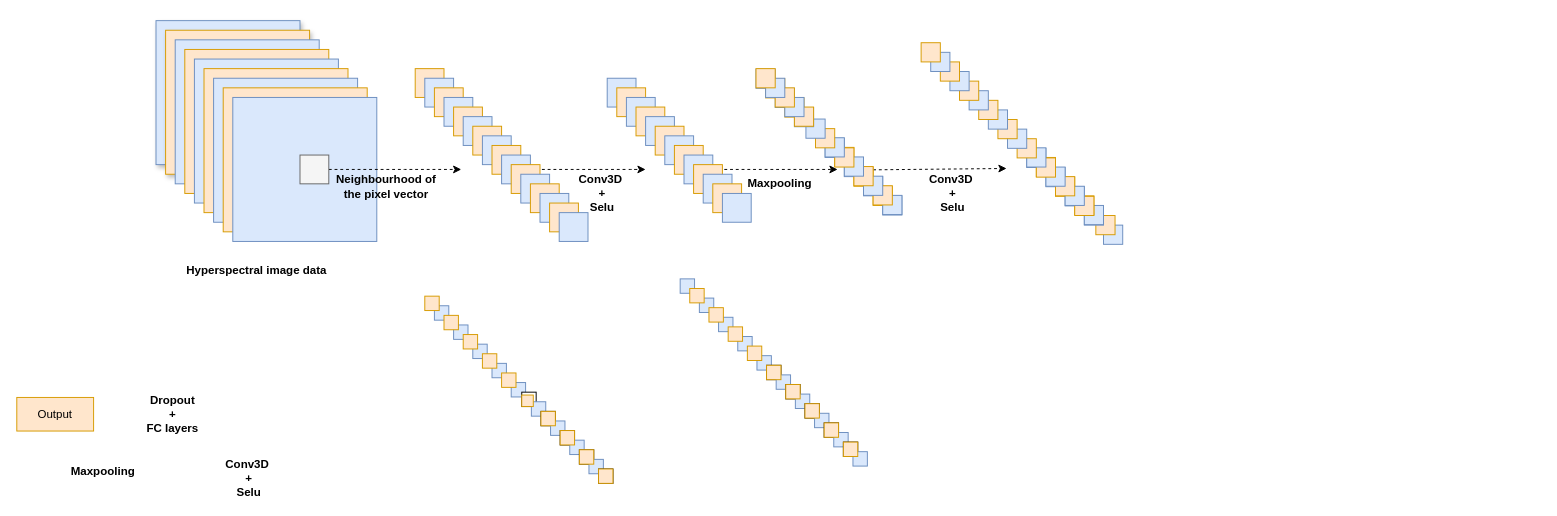
Above: page "Page-1" (1 of 2) of app/Untitled Diagram.drawio in Vampire112/FJNU_Ordering (draw.io), before the change. Source tidied: cells renumbered, new cells numbered last; positions are measured from the earlier drawing's top-left corner, leaving out a move shared by most shapes. Both pictures are drawn from the tidied source at 96%, with x=0, y=0 at pixel (16, 20).
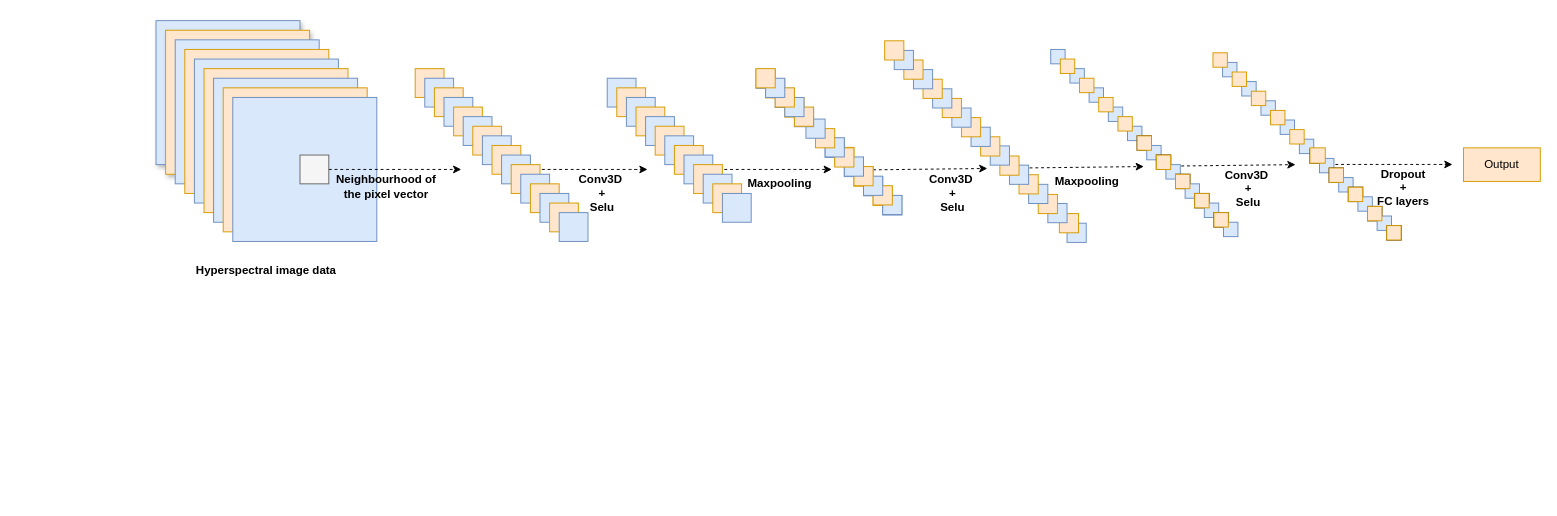
After the change.

The change refers to these unchanged cells:
```xml
<mxCell id="34" style="whiteSpace=wrap;html=1;labelBackgroundColor=none;fillColor=#dae8fc;strokeColor=#6c8ebf;shadow=0;" parent="24" vertex="1">
  <mxGeometry x="90" y="90" width="30" height="30" as="geometry" />
</mxCell>
<mxCell id="52" style="whiteSpace=wrap;html=1;labelBackgroundColor=none;fillColor=#dae8fc;strokeColor=#6c8ebf;shadow=0;" parent="43" vertex="1">
  <mxGeometry x="80" y="80" width="30" height="30" as="geometry" />
</mxCell>
```

The edit, as a diff of the source:
```diff
@@
     <mxCell id="2" style="whiteSpace=wrap;html=1;labelBackgroundColor=none;fillColor=#dae8fc;strokeColor=#6c8ebf;shadow=0;" parent="1" vertex="1">
-      <mxGeometry x="1132" y="213" width="20" height="20" as="geometry" />
+      <mxGeometry x="1094" y="211" width="20" height="20" as="geometry" />
     </mxCell>
     <mxCell id="3" style="whiteSpace=wrap;html=1;labelBackgroundColor=none;fillColor=#ffe6cc;strokeColor=#d79b00;shadow=0;" parent="1" vertex="1">
-      <mxGeometry x="1124" y="203" width="20" height="20" as="geometry" />
+      <mxGeometry x="1086" y="201" width="20" height="20" as="geometry" />
     </mxCell>
-    <mxCell id="4" style="whiteSpace=wrap;html=1;labelBackgroundColor=none;fillColor=#dae8fc;strokeColor=#6c8ebf;shadow=0;" parent="1" vertex="1">
-      <mxGeometry x="1112" y="193" width="20" height="20" as="geometry" />
-    </mxCell>
     <mxCell id="5" style="whiteSpace=wrap;html=1;labelBackgroundColor=none;fillColor=#dae8fc;strokeColor=#6c8ebf;shadow=0;" parent="1" vertex="1">
-      <mxGeometry x="1112" y="192.5" width="20" height="20" as="geometry" />
+      <mxGeometry x="1074" y="190.5" width="20" height="20" as="geometry" />
     </mxCell>
-    <mxCell id="6" style="whiteSpace=wrap;html=1;labelBackgroundColor=none;fillColor=#ffe6cc;strokeColor=#d79b00;shadow=0;" parent="1" vertex="1">
-      <mxGeometry x="1102" y="182.5" width="20" height="20" as="geometry" />
-    </mxCell>
@@
     <mxCell id="16" value="Hyperspectral image data" style="text;html=1;strokeColor=none;fillColor=none;align=center;verticalAlign=middle;whiteSpace=wrap;fontStyle=1;shadow=0;" parent="1" vertex="1">
-      <mxGeometry x="170" y="250" width="160" height="20" as="geometry" />
+      <mxGeometry x="180" y="250" width="160" height="20" as="geometry" />
     </mxCell>
@@
     <mxCell id="20" style="edgeStyle=orthogonalEdgeStyle;jettySize=auto;html=1;shadow=0;dashed=1;strokeWidth=1;" parent="1" edge="1" source="34">
       <mxGeometry relative="1" as="geometry">
-        <mxPoint x="655" y="155" as="targetPoint" />
+        <mxPoint x="657" y="155" as="targetPoint" />
         <Array as="points">
           <mxPoint x="645" y="155" />
           <mxPoint x="645" y="155" />
         </Array>
       </mxGeometry>
     </mxCell>
@@
     <mxCell id="22" style="comic=0;jettySize=auto;html=1;shadow=0;dashed=1;endArrow=classic;endFill=1;strokeWidth=1;" parent="1" edge="1" source="52">
       <mxGeometry relative="1" as="geometry">
-        <mxPoint x="855" y="155" as="targetPoint" />
+        <mxPoint x="849" y="155" as="targetPoint" />
       </mxGeometry>
     </mxCell>
@@
     <mxCell id="57" style="comic=0;orthogonalLoop=1;jettySize=auto;html=1;shadow=0;dashed=1;endArrow=classic;endFill=1;strokeWidth=1;verticalAlign=middle;" parent="1" edge="1">
       <mxGeometry x="827" y="146" as="geometry">
         <mxPoint x="892" y="155.4" as="sourcePoint" />
-        <mxPoint x="1031" y="154" as="targetPoint" />
+        <mxPoint x="1011" y="154" as="targetPoint" />
       </mxGeometry>
     </mxCell>
@@
-    <mxCell id="85" style="whiteSpace=wrap;html=1;labelBackgroundColor=none;fillColor=#ffe6cc;strokeColor=#d79b00;shadow=0;" parent="1" vertex="1">
-      <mxGeometry x="1062" y="142.5" width="20" height="20" as="geometry" />
-    </mxCell>
-    <mxCell id="86" style="whiteSpace=wrap;html=1;labelBackgroundColor=none;fillColor=#dae8fc;strokeColor=#6c8ebf;shadow=0;" parent="1" vertex="1">
-      <mxGeometry x="1052" y="133" width="20" height="20" as="geometry" />
-    </mxCell>
-    <mxCell id="87" style="whiteSpace=wrap;html=1;labelBackgroundColor=none;fillColor=#dae8fc;strokeColor=#6c8ebf;shadow=0;" parent="1" vertex="1">
-      <mxGeometry x="1072" y="153" width="20" height="20" as="geometry" />
-    </mxCell>
-    <mxCell id="88" style="whiteSpace=wrap;html=1;labelBackgroundColor=none;fillColor=#ffe6cc;strokeColor=#d79b00;shadow=0;" parent="1" vertex="1">
-      <mxGeometry x="1082" y="163" width="20" height="20" as="geometry" />
-    </mxCell>
-    <mxCell id="89" style="whiteSpace=wrap;html=1;labelBackgroundColor=none;fillColor=#dae8fc;strokeColor=#6c8ebf;shadow=0;" parent="1" vertex="1">
-      <mxGeometry x="1092" y="173" width="20" height="20" as="geometry" />
-    </mxCell>
     <mxCell id="90" style="whiteSpace=wrap;html=1;labelBackgroundColor=none;fillColor=#ffe6cc;strokeColor=#d79b00;shadow=0;" parent="1" vertex="1">
-      <mxGeometry x="1102" y="183" width="20" height="20" as="geometry" />
+      <mxGeometry x="1064" y="181" width="20" height="20" as="geometry" />
     </mxCell>
     <mxCell id="91" style="whiteSpace=wrap;html=1;labelBackgroundColor=none;fillColor=#dae8fc;strokeColor=#6c8ebf;shadow=0;" parent="1" vertex="1">
-      <mxGeometry x="1092" y="172.5" width="20" height="20" as="geometry" />
+      <mxGeometry x="1054" y="170.5" width="20" height="20" as="geometry" />
     </mxCell>
     <mxCell id="92" style="whiteSpace=wrap;html=1;labelBackgroundColor=none;fillColor=#ffe6cc;strokeColor=#d79b00;shadow=0;" parent="1" vertex="1">
-      <mxGeometry x="1082" y="162.5" width="20" height="20" as="geometry" />
+      <mxGeometry x="1044" y="160.5" width="20" height="20" as="geometry" />
     </mxCell>
     <mxCell id="93" style="whiteSpace=wrap;html=1;labelBackgroundColor=none;fillColor=#dae8fc;strokeColor=#6c8ebf;shadow=0;" parent="1" vertex="1">
-      <mxGeometry x="1072" y="152.5" width="20" height="20" as="geometry" />
+      <mxGeometry x="1034" y="150.5" width="20" height="20" as="geometry" />
     </mxCell>
     <mxCell id="94" style="whiteSpace=wrap;html=1;labelBackgroundColor=none;fillColor=#ffe6cc;strokeColor=#d79b00;shadow=0;" parent="1" vertex="1">
-      <mxGeometry x="1062" y="143" width="20" height="20" as="geometry" />
+      <mxGeometry x="1024" y="141" width="20" height="20" as="geometry" />
     </mxCell>
     <mxCell id="95" style="whiteSpace=wrap;html=1;labelBackgroundColor=none;fillColor=#dae8fc;strokeColor=#6c8ebf;shadow=0;" parent="1" vertex="1">
-      <mxGeometry x="1052" y="132.5" width="20" height="20" as="geometry" />
+      <mxGeometry x="1014" y="130.5" width="20" height="20" as="geometry" />
     </mxCell>
     <mxCell id="96" style="whiteSpace=wrap;html=1;labelBackgroundColor=none;fillColor=#ffe6cc;strokeColor=#d79b00;shadow=0;" parent="1" vertex="1">
-      <mxGeometry x="1042" y="123" width="20" height="20" as="geometry" />
+      <mxGeometry x="1004" y="121" width="20" height="20" as="geometry" />
     </mxCell>
     <mxCell id="97" style="whiteSpace=wrap;html=1;labelBackgroundColor=none;fillColor=#dae8fc;strokeColor=#6c8ebf;shadow=0;" parent="1" vertex="1">
-      <mxGeometry x="1032" y="113" width="20" height="20" as="geometry" />
+      <mxGeometry x="994" y="111" width="20" height="20" as="geometry" />
     </mxCell>
     <mxCell id="98" style="whiteSpace=wrap;html=1;labelBackgroundColor=none;fillColor=#ffe6cc;strokeColor=#d79b00;shadow=0;" parent="1" vertex="1">
-      <mxGeometry x="1022" y="103" width="20" height="20" as="geometry" />
+      <mxGeometry x="984" y="101" width="20" height="20" as="geometry" />
     </mxCell>
     <mxCell id="99" style="whiteSpace=wrap;html=1;labelBackgroundColor=none;fillColor=#dae8fc;strokeColor=#6c8ebf;shadow=0;" parent="1" vertex="1">
-      <mxGeometry x="1012" y="93" width="20" height="20" as="geometry" />
+      <mxGeometry x="974" y="91" width="20" height="20" as="geometry" />
     </mxCell>
     <mxCell id="100" style="whiteSpace=wrap;html=1;labelBackgroundColor=none;fillColor=#ffe6cc;strokeColor=#d79b00;shadow=0;" parent="1" vertex="1">
-      <mxGeometry x="1002" y="83" width="20" height="20" as="geometry" />
+      <mxGeometry x="964" y="81" width="20" height="20" as="geometry" />
     </mxCell>
     <mxCell id="101" style="whiteSpace=wrap;html=1;labelBackgroundColor=none;fillColor=#dae8fc;strokeColor=#6c8ebf;shadow=0;" parent="1" vertex="1">
-      <mxGeometry x="992" y="73" width="20" height="20" as="geometry" />
+      <mxGeometry x="954" y="71" width="20" height="20" as="geometry" />
     </mxCell>
     <mxCell id="102" style="whiteSpace=wrap;html=1;labelBackgroundColor=none;fillColor=#ffe6cc;strokeColor=#d79b00;shadow=0;" parent="1" vertex="1">
-      <mxGeometry x="982" y="63" width="20" height="20" as="geometry" />
+      <mxGeometry x="944" y="61" width="20" height="20" as="geometry" />
     </mxCell>
     <mxCell id="103" style="whiteSpace=wrap;html=1;labelBackgroundColor=none;fillColor=#dae8fc;strokeColor=#6c8ebf;shadow=0;" parent="1" vertex="1">
-      <mxGeometry x="972" y="53" width="20" height="20" as="geometry" />
+      <mxGeometry x="934" y="51" width="20" height="20" as="geometry" />
     </mxCell>
     <mxCell id="104" style="whiteSpace=wrap;html=1;labelBackgroundColor=none;fillColor=#ffe6cc;strokeColor=#d79b00;shadow=0;" parent="1" vertex="1">
-      <mxGeometry x="962" y="43" width="20" height="20" as="geometry" />
+      <mxGeometry x="924" y="41" width="20" height="20" as="geometry" />
     </mxCell>
     <mxCell id="105" style="whiteSpace=wrap;html=1;labelBackgroundColor=none;fillColor=#dae8fc;strokeColor=#6c8ebf;shadow=0;" parent="1" vertex="1">
-      <mxGeometry x="952" y="33" width="20" height="20" as="geometry" />
+      <mxGeometry x="914" y="31" width="20" height="20" as="geometry" />
     </mxCell>
     <mxCell id="106" style="whiteSpace=wrap;html=1;labelBackgroundColor=none;fillColor=#ffe6cc;strokeColor=#d79b00;shadow=0;" parent="1" vertex="1">
-      <mxGeometry x="942" y="23" width="20" height="20" as="geometry" />
+      <mxGeometry x="904" y="21" width="20" height="20" as="geometry" />
     </mxCell>
-    <mxCell id="107" value="Maxpooling" style="text;html=1;strokeColor=none;fillColor=none;align=center;verticalAlign=middle;whiteSpace=wrap;labelBackgroundColor=none;fontStyle=1;shadow=0;" parent="1" vertex="1">
-      <mxGeometry x="50" y="459.5" width="80" height="20" as="geometry" />
-    </mxCell>
     <mxCell id="108" style="group;" parent="1" vertex="1">
-      <mxGeometry x="691" y="269" width="195" height="195" as="geometry" />
+      <mxGeometry x="1077" y="30" width="240" height="195" as="geometry" />
     </mxCell>
@@
+    <mxCell id="107" value="Maxpooling" style="text;html=1;strokeColor=none;fillColor=none;align=center;verticalAlign=middle;whiteSpace=wrap;labelBackgroundColor=none;fontStyle=1;shadow=0;" parent="108" vertex="1">
+      <mxGeometry x="-2.5" y="127.5" width="80" height="20" as="geometry" />
+    </mxCell>
+    <mxCell id="160" style="comic=0;orthogonalLoop=1;jettySize=auto;html=1;shadow=0;dashed=1;endArrow=classic;endFill=1;strokeWidth=1;verticalAlign=middle;" parent="108" edge="1">
+      <mxGeometry x="186" y="-28" as="geometry">
+        <mxPoint x="136" y="121.4" as="sourcePoint" />
+        <mxPoint x="255" y="120" as="targetPoint" />
+      </mxGeometry>
+    </mxCell>
+    <mxCell id="159" value="Conv3D&amp;nbsp;&lt;br&gt;+ &lt;br&gt;Selu" style="text;html=1;strokeColor=none;fillColor=none;align=center;verticalAlign=middle;whiteSpace=wrap;labelBackgroundColor=none;fontStyle=1;shadow=0;" parent="108" vertex="1">
+      <mxGeometry x="166" y="135" width="80" height="20" as="geometry" />
+    </mxCell>
     <mxCell id="133" style="whiteSpace=wrap;html=1;labelBackgroundColor=none;fillColor=#dae8fc;strokeColor=#6c8ebf;shadow=0;" parent="1" vertex="1">
-      <mxGeometry x="435" y="297" width="15" height="15" as="geometry" />
+      <mxGeometry x="1256" y="43.5" width="15" height="15" as="geometry" />
     </mxCell>
     <mxCell id="134" style="whiteSpace=wrap;html=1;labelBackgroundColor=none;fillColor=#dae8fc;strokeColor=#6c8ebf;shadow=0;" parent="1" vertex="1">
-      <mxGeometry x="455" y="317" width="15" height="15" as="geometry" />
+      <mxGeometry x="1276" y="63.5" width="15" height="15" as="geometry" />
     </mxCell>
     <mxCell id="135" style="whiteSpace=wrap;html=1;labelBackgroundColor=none;fillColor=#dae8fc;strokeColor=#6c8ebf;shadow=0;" parent="1" vertex="1">
-      <mxGeometry x="475" y="337" width="15" height="15" as="geometry" />
+      <mxGeometry x="1296" y="83.5" width="15" height="15" as="geometry" />
     </mxCell>
     <mxCell id="136" style="whiteSpace=wrap;html=1;labelBackgroundColor=none;fillColor=#dae8fc;strokeColor=#6c8ebf;shadow=0;" parent="1" vertex="1">
-      <mxGeometry x="495" y="357" width="15" height="15" as="geometry" />
+      <mxGeometry x="1316" y="103.5" width="15" height="15" as="geometry" />
     </mxCell>
     <mxCell id="137" style="whiteSpace=wrap;html=1;labelBackgroundColor=none;fillColor=#dae8fc;strokeColor=#6c8ebf;shadow=0;" parent="1" vertex="1">
-      <mxGeometry x="515" y="377" width="15" height="15" as="geometry" />
+      <mxGeometry x="1336" y="123.5" width="15" height="15" as="geometry" />
     </mxCell>
     <mxCell id="138" style="whiteSpace=wrap;html=1;labelBackgroundColor=none;shadow=0;" parent="1" vertex="1">
-      <mxGeometry x="526" y="387" width="15" height="15" as="geometry" />
+      <mxGeometry x="1347" y="133.5" width="15" height="15" as="geometry" />
     </mxCell>
     <mxCell id="139" style="whiteSpace=wrap;html=1;labelBackgroundColor=none;fillColor=#dae8fc;strokeColor=#6c8ebf;shadow=0;" parent="1" vertex="1">
-      <mxGeometry x="536" y="397" width="15" height="15" as="geometry" />
+      <mxGeometry x="1357" y="143.5" width="15" height="15" as="geometry" />
     </mxCell>
     <mxCell id="140" style="whiteSpace=wrap;html=1;labelBackgroundColor=none;shadow=0;" parent="1" vertex="1">
-      <mxGeometry x="546" y="407" width="15" height="15" as="geometry" />
+      <mxGeometry x="1367" y="153.5" width="15" height="15" as="geometry" />
     </mxCell>
     <mxCell id="141" style="whiteSpace=wrap;html=1;labelBackgroundColor=none;fillColor=#dae8fc;strokeColor=#6c8ebf;shadow=0;" parent="1" vertex="1">
-      <mxGeometry x="556" y="417" width="15" height="15" as="geometry" />
+      <mxGeometry x="1377" y="163.5" width="15" height="15" as="geometry" />
     </mxCell>
     <mxCell id="142" style="whiteSpace=wrap;html=1;labelBackgroundColor=none;shadow=0;" parent="1" vertex="1">
-      <mxGeometry x="566" y="427" width="15" height="15" as="geometry" />
+      <mxGeometry x="1387" y="173.5" width="15" height="15" as="geometry" />
     </mxCell>
     <mxCell id="143" style="whiteSpace=wrap;html=1;labelBackgroundColor=none;fillColor=#dae8fc;strokeColor=#6c8ebf;shadow=0;" parent="1" vertex="1">
-      <mxGeometry x="576" y="437" width="15" height="15" as="geometry" />
+      <mxGeometry x="1397" y="183.5" width="15" height="15" as="geometry" />
     </mxCell>
     <mxCell id="144" style="whiteSpace=wrap;html=1;labelBackgroundColor=none;shadow=0;" parent="1" vertex="1">
-      <mxGeometry x="586" y="447" width="15" height="15" as="geometry" />
+      <mxGeometry x="1407" y="193.5" width="15" height="15" as="geometry" />
     </mxCell>
     <mxCell id="145" style="whiteSpace=wrap;html=1;labelBackgroundColor=none;fillColor=#dae8fc;strokeColor=#6c8ebf;shadow=0;" parent="1" vertex="1">
-      <mxGeometry x="596" y="457" width="15" height="15" as="geometry" />
+      <mxGeometry x="1417" y="203.5" width="15" height="15" as="geometry" />
     </mxCell>
     <mxCell id="146" style="whiteSpace=wrap;html=1;labelBackgroundColor=none;shadow=0;" parent="1" vertex="1">
-      <mxGeometry x="606" y="467" width="15" height="15" as="geometry" />
+      <mxGeometry x="1427" y="213.5" width="15" height="15" as="geometry" />
     </mxCell>
     <mxCell id="147" style="whiteSpace=wrap;html=1;labelBackgroundColor=none;fillColor=#ffe6cc;strokeColor=#d79b00;shadow=0;" parent="1" vertex="1">
-      <mxGeometry x="606" y="467" width="15" height="15" as="geometry" />
+      <mxGeometry x="1427" y="213.5" width="15" height="15" as="geometry" />
     </mxCell>
     <mxCell id="148" style="whiteSpace=wrap;html=1;labelBackgroundColor=none;fillColor=#ffe6cc;strokeColor=#d79b00;shadow=0;" parent="1" vertex="1">
-      <mxGeometry x="586" y="447" width="15" height="15" as="geometry" />
+      <mxGeometry x="1407" y="193.5" width="15" height="15" as="geometry" />
     </mxCell>
     <mxCell id="149" style="whiteSpace=wrap;html=1;labelBackgroundColor=none;fillColor=#ffe6cc;strokeColor=#d79b00;shadow=0;" parent="1" vertex="1">
-      <mxGeometry x="566" y="427" width="15" height="15" as="geometry" />
+      <mxGeometry x="1387" y="173.5" width="15" height="15" as="geometry" />
     </mxCell>
     <mxCell id="150" style="whiteSpace=wrap;html=1;labelBackgroundColor=none;fillColor=#ffe6cc;strokeColor=#d79b00;shadow=0;" parent="1" vertex="1">
-      <mxGeometry x="546" y="407" width="15" height="15" as="geometry" />
+      <mxGeometry x="1367" y="153.5" width="15" height="15" as="geometry" />
     </mxCell>
     <mxCell id="151" style="whiteSpace=wrap;html=1;labelBackgroundColor=none;fillColor=#ffe6cc;strokeColor=#d79b00;shadow=0;" parent="1" vertex="1">
-      <mxGeometry x="526" y="390" width="12" height="12" as="geometry" />
+      <mxGeometry x="1347" y="132.5" width="16" height="16" as="geometry" />
     </mxCell>
     <mxCell id="152" value="Dropout&lt;br&gt;+&lt;br&gt;FC layers" style="text;html=1;strokeColor=none;fillColor=none;align=center;verticalAlign=middle;whiteSpace=wrap;labelBackgroundColor=none;fontStyle=1;shadow=0;" parent="1" vertex="1">
-      <mxGeometry x="130" y="399.5" width="65" height="20" as="geometry" />
+      <mxGeometry x="1412" y="163.5" width="65" height="20" as="geometry" />
     </mxCell>
     <mxCell id="153" value="Output" style="whiteSpace=wrap;html=1;labelBackgroundColor=none;fillColor=#ffe6cc;strokeColor=#d79b00;shadow=0;" parent="1" vertex="1">
-      <mxGeometry y="392.5" width="80" height="35" as="geometry" />
+      <mxGeometry x="1507" y="132.5" width="80" height="35" as="geometry" />
     </mxCell>
     <mxCell id="154" style="whiteSpace=wrap;html=1;labelBackgroundColor=none;fillColor=#ffe6cc;strokeColor=#d79b00;shadow=0;" parent="1" vertex="1">
-      <mxGeometry x="505" y="367" width="15" height="15" as="geometry" />
+      <mxGeometry x="1326" y="113.5" width="15" height="15" as="geometry" />
     </mxCell>
     <mxCell id="155" style="whiteSpace=wrap;html=1;labelBackgroundColor=none;fillColor=#ffe6cc;strokeColor=#d79b00;shadow=0;" parent="1" vertex="1">
-      <mxGeometry x="485" y="347" width="15" height="15" as="geometry" />
+      <mxGeometry x="1306" y="93.5" width="15" height="15" as="geometry" />
     </mxCell>
     <mxCell id="156" style="whiteSpace=wrap;html=1;labelBackgroundColor=none;fillColor=#ffe6cc;strokeColor=#d79b00;shadow=0;" parent="1" vertex="1">
-      <mxGeometry x="465" y="327" width="15" height="15" as="geometry" />
+      <mxGeometry x="1286" y="73.5" width="15" height="15" as="geometry" />
     </mxCell>
     <mxCell id="157" style="whiteSpace=wrap;html=1;labelBackgroundColor=none;fillColor=#ffe6cc;strokeColor=#d79b00;shadow=0;" parent="1" vertex="1">
-      <mxGeometry x="445" y="307" width="15" height="15" as="geometry" />
+      <mxGeometry x="1266" y="53.5" width="15" height="15" as="geometry" />
     </mxCell>
     <mxCell id="158" style="whiteSpace=wrap;html=1;labelBackgroundColor=none;fillColor=#ffe6cc;strokeColor=#d79b00;shadow=0;" parent="1" vertex="1">
-      <mxGeometry x="425" y="287" width="15" height="15" as="geometry" />
+      <mxGeometry x="1246" y="33.5" width="15" height="15" as="geometry" />
     </mxCell>
-    <mxCell id="159" value="Conv3D&amp;nbsp;&lt;br&gt;+ &lt;br&gt;Selu" style="text;html=1;strokeColor=none;fillColor=none;align=center;verticalAlign=middle;whiteSpace=wrap;labelBackgroundColor=none;fontStyle=1;shadow=0;" parent="1" vertex="1">
-      <mxGeometry x="202" y="467" width="80" height="20" as="geometry" />
-    </mxCell>
+    <mxCell id="161" style="comic=0;orthogonalLoop=1;jettySize=auto;html=1;shadow=0;dashed=1;endArrow=classic;endFill=1;strokeWidth=1;verticalAlign=middle;" parent="1" edge="1">
+      <mxGeometry x="990" y="144" as="geometry">
+        <mxPoint x="1055" y="153.4" as="sourcePoint" />
+        <mxPoint x="1174" y="152" as="targetPoint" />
+      </mxGeometry>
+    </mxCell>
+    <mxCell id="162" style="edgeStyle=orthogonalEdgeStyle;orthogonalLoop=1;jettySize=auto;html=1;shadow=0;dashed=1;strokeWidth=1;" parent="1" edge="1">
+      <mxGeometry relative="1" as="geometry">
+        <mxPoint x="1373.5" y="149.8" as="sourcePoint" />
+        <mxPoint x="1495.5" y="149.8" as="targetPoint" />
+        <Array as="points">
+          <mxPoint x="1483.5" y="149.8" />
+          <mxPoint x="1483.5" y="149.8" />
+        </Array>
+      </mxGeometry>
+    </mxCell>
```
